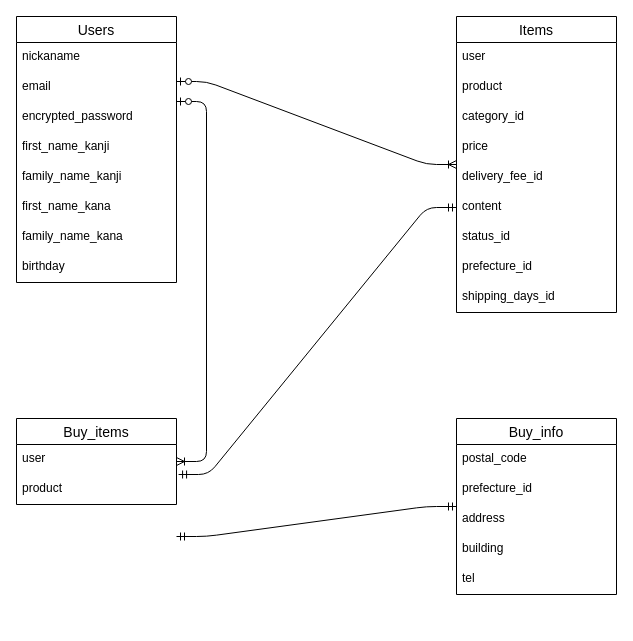
Earlier version of the draw.io diagram test.dio (lluvidali/furima-36592). Source tidied: cells renumbered, new cells numbered last; positions are measured from the earlier drawing's top-left corner, leaving out a move shared by most shapes. Both pictures are drawn from the tidied source at 100%, with x=0, y=0 at pixel (16, 16).
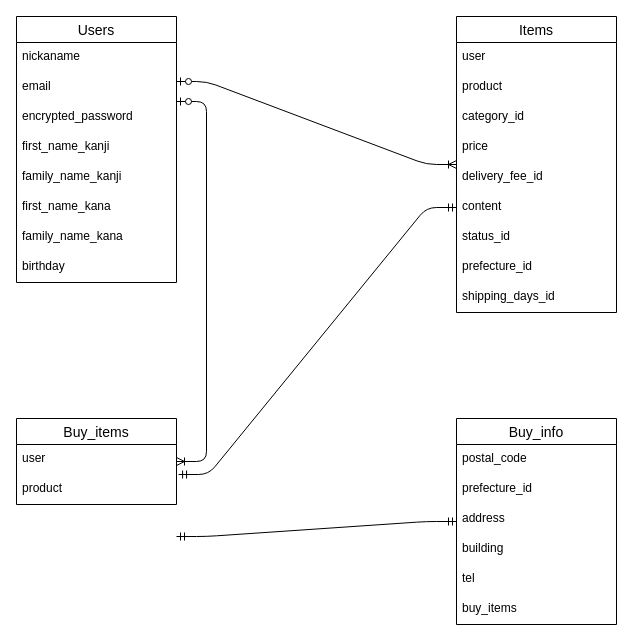
After the change.

Commit message:
修正③（ER図の修正）

Change to the diagram source:
```diff
@@
     <mxCell id="28" value="Buy_info" style="swimlane;fontStyle=0;horizontal=1;startSize=26;align=center;fontSize=14;" parent="1" vertex="1">
-      <mxGeometry x="440" y="402" width="160" height="176" as="geometry" />
+      <mxGeometry x="440" y="402" width="160" height="206" as="geometry" />
     </mxCell>
@@
+    <mxCell id="34" value="buy_items" style="text;strokeColor=none;fillColor=none;spacingLeft=4;spacingRight=4;overflow=hidden;fontSize=12;" parent="28" vertex="1">
+      <mxGeometry y="176" width="160" height="30" as="geometry" />
+    </mxCell>
```
